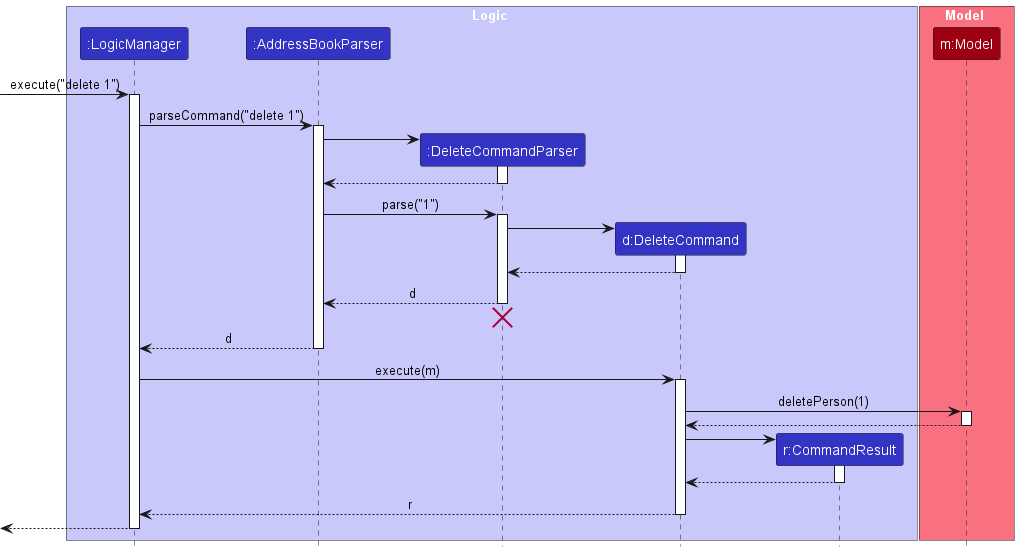
Above: docs/images/DeleteSequenceDiagram.png in nus-cs2103-AY2425S1/tp (PlantUML), before the change.
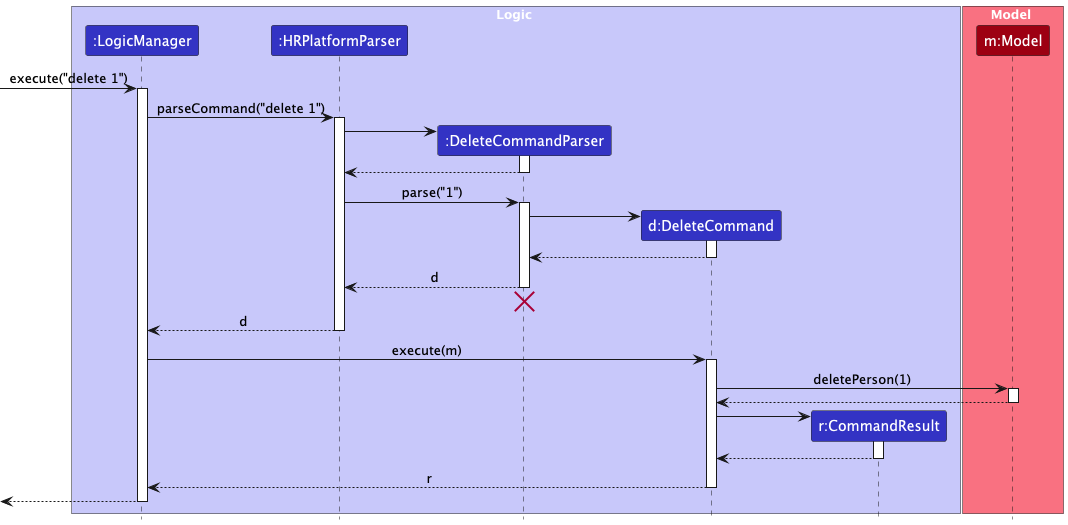
Above is the later version.

Commit message:
Update logic section of developer guide

The edit, as a diff of the source:
```diff
@@ -4,7 +4,7 @@
 
 box Logic LOGIC_COLOR_T1
 participant ":LogicManager" as LogicManager LOGIC_COLOR
-participant ":AddressBookParser" as AddressBookParser LOGIC_COLOR
+participant ":HRPlatformParser" as AddressBookParser LOGIC_COLOR
 participant ":DeleteCommandParser" as DeleteCommandParser LOGIC_COLOR
 participant "d:DeleteCommand" as DeleteCommand LOGIC_COLOR
 participant "r:CommandResult" as CommandResult LOGIC_COLOR
```
